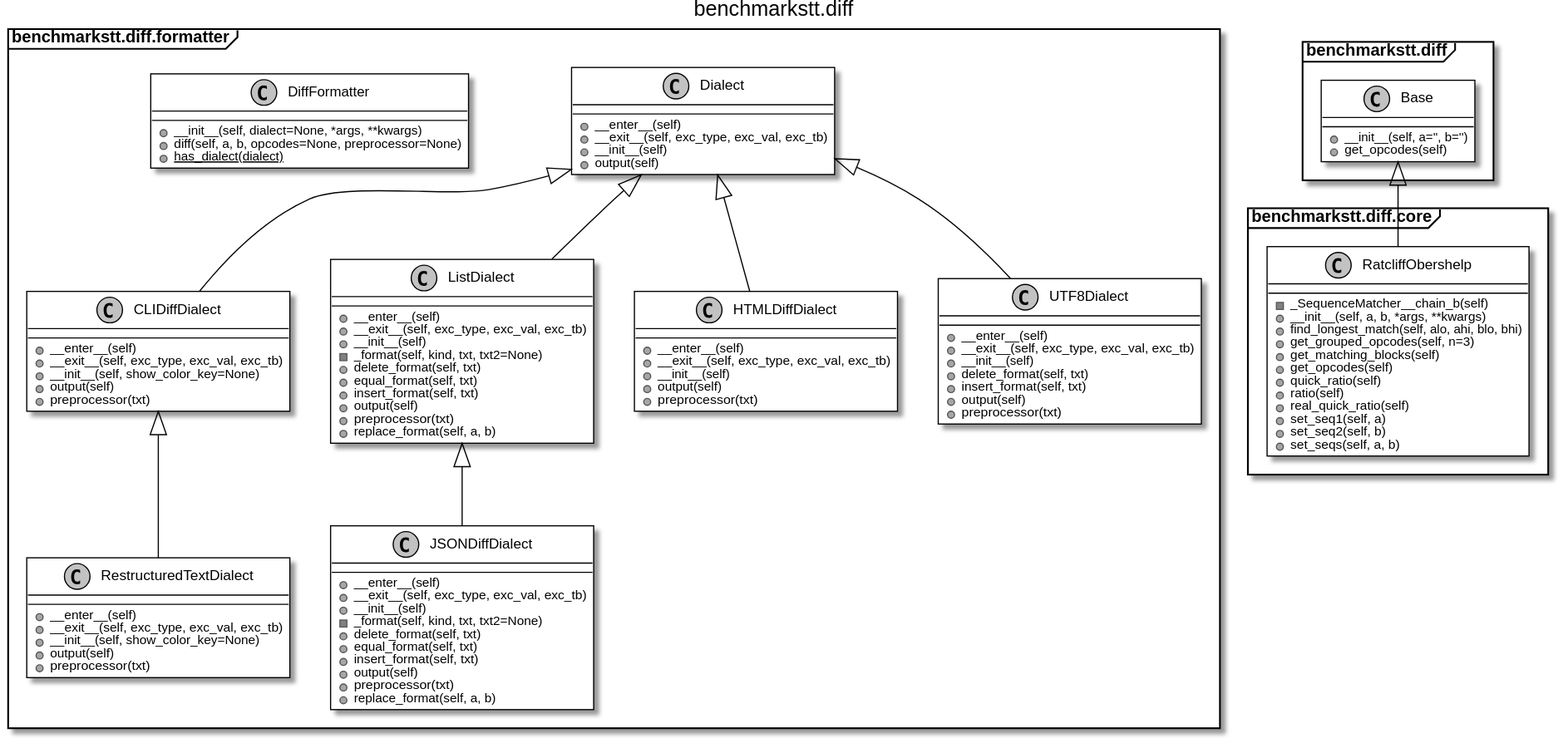
This is docs/_static/uml/benchmarkstt.diff.svg from ebu/benchmarkstt, a PlantUML export, as it was before one commit.
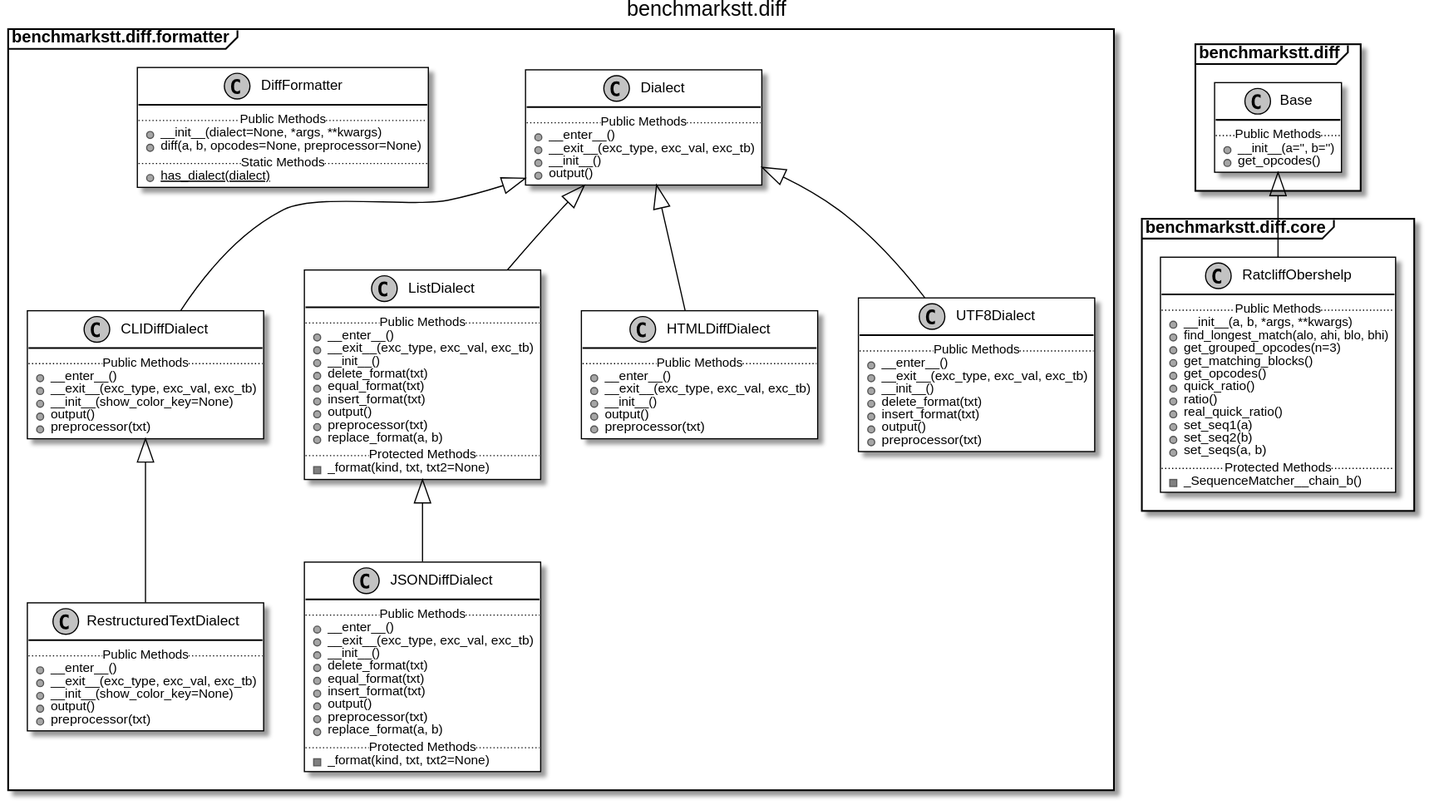
After the change.

Change to the diagram source:
```diff
@@ -7,72 +7,82 @@
 package benchmarkstt.diff.formatter {
 
 	class benchmarkstt.diff.formatter.CLIDiffDialect [[https://benchmarkstt.readthedocs.io/en/latest/modules/benchmarkstt.diff.formatter.html#benchmarkstt.diff.formatter.CLIDiffDialect]] {
-		+__enter__(self)
-		+__exit__(self, exc_type, exc_val, exc_tb)
-		+__init__(self, show_color_key=None)
-		+output(self)
+		.. Public Methods ..
+		+__enter__()
+		+__exit__(exc_type, exc_val, exc_tb)
+		+__init__(show_color_key=None)
+		+output()
 		+preprocessor(txt)
 	}
 
 
 	class benchmarkstt.diff.formatter.Dialect [[https://benchmarkstt.readthedocs.io/en/latest/modules/benchmarkstt.diff.formatter.html#benchmarkstt.diff.formatter.Dialect]] {
-		+__enter__(self)
-		+__exit__(self, exc_type, exc_val, exc_tb)
-		+__init__(self)
-		+output(self)
+		.. Public Methods ..
+		+__enter__()
+		+__exit__(exc_type, exc_val, exc_tb)
+		+__init__()
+		+output()
 	}
 
 
 	class benchmarkstt.diff.formatter.DiffFormatter [[https://benchmarkstt.readthedocs.io/en/latest/modules/benchmarkstt.diff.formatter.html#benchmarkstt.diff.formatter.DiffFormatter]] {
-		+__init__(self, dialect=None, *args, **kwargs)
-		+diff(self, a, b, opcodes=None, preprocessor=None)
+		.. Public Methods ..
+		+__init__(dialect=None, *args, **kwargs)
+		+diff(a, b, opcodes=None, preprocessor=None)
+		.. Static Methods ..
 		{static} +has_dialect(dialect)
 	}
 
 
 	class benchmarkstt.diff.formatter.HTMLDiffDialect [[https://benchmarkstt.readthedocs.io/en/latest/modules/benchmarkstt.diff.formatter.html#benchmarkstt.diff.formatter.HTMLDiffDialect]] {
-		+__enter__(self)
-		+__exit__(self, exc_type, exc_val, exc_tb)
-		+__init__(self)
-		+output(self)
+		.. Public Methods ..
+		+__enter__()
+		+__exit__(exc_type, exc_val, exc_tb)
+		+__init__()
+		+output()
 		+preprocessor(txt)
 	}
 
 
 	class benchmarkstt.diff.formatter.JSONDiffDialect [[https://benchmarkstt.readthedocs.io/en/latest/modules/benchmarkstt.diff.formatter.html#benchmarkstt.diff.formatter.JSONDiffDialect]] {
-		+__enter__(self)
-		+__exit__(self, exc_type, exc_val, exc_tb)
-		+__init__(self)
-		-_format(self, kind, txt, txt2=None)
-		+delete_format(self, txt)
-		+equal_format(self, txt)
-		+insert_format(self, txt)
-		+output(self)
+		.. Public Methods ..
+		+__enter__()
+		+__exit__(exc_type, exc_val, exc_tb)
+		+__init__()
+		+delete_format(txt)
+		+equal_format(txt)
+		+insert_format(txt)
+		+output()
 		+preprocessor(txt)
-		+replace_format(self, a, b)
+		+replace_format(a, b)
+		.. Protected Methods ..
+		-_format(kind, txt, txt2=None)
 	}
 
 
 	class benchmarkstt.diff.formatter.ListDialect [[https://benchmarkstt.readthedocs.io/en/latest/modules/benchmarkstt.diff.formatter.html#benchmarkstt.diff.formatter.ListDialect]] {
-		+__enter__(self)
-		+__exit__(self, exc_type, exc_val, exc_tb)
-		+__init__(self)
-		-_format(self, kind, txt, txt2=None)
-		+delete_format(self, txt)
-		+equal_format(self, txt)
-		+insert_format(self, txt)
-		+output(self)
+		.. Public Methods ..
+		+__enter__()
+		+__exit__(exc_type, exc_val, exc_tb)
+		+__init__()
+		+delete_format(txt)
+		+equal_format(txt)
+		+insert_format(txt)
+		+output()
 		+preprocessor(txt)
-		+replace_format(self, a, b)
+		+replace_format(a, b)
+		.. Protected Methods ..
+		-_format(kind, txt, txt2=None)
 	}
 
 
 
 	class benchmarkstt.diff.formatter.RestructuredTextDialect [[https://benchmarkstt.readthedocs.io/en/latest/modules/benchmarkstt.diff.formatter.html#benchmarkstt.diff.formatter.RestructuredTextDialect]] {
-		+__enter__(self)
-		+__exit__(self, exc_type, exc_val, exc_tb)
-		+__init__(self, show_color_key=None)
-		+output(self)
+		.. Public Methods ..
+		+__enter__()
+		+__exit__(exc_type, exc_val, exc_tb)
+		+__init__(show_color_key=None)
+		+output()
 		+preprocessor(txt)
 	}
 
@@ -80,12 +90,13 @@
 
 
 	class benchmarkstt.diff.formatter.UTF8Dialect [[https://benchmarkstt.readthedocs.io/en/latest/modules/benchmarkstt.diff.formatter.html#benchmarkstt.diff.formatter.UTF8Dialect]] {
-		+__enter__(self)
-		+__exit__(self, exc_type, exc_val, exc_tb)
-		+__init__(self)
-		+delete_format(self, txt)
-		+insert_format(self, txt)
-		+output(self)
+		.. Public Methods ..
+		+__enter__()
+		+__exit__(exc_type, exc_val, exc_tb)
+		+__init__()
+		+delete_format(txt)
+		+insert_format(txt)
+		+output()
 		+preprocessor(txt)
 	}
 
@@ -94,8 +105,9 @@
 package benchmarkstt.diff {
 
 	class benchmarkstt.diff.Base [[https://benchmarkstt.readthedocs.io/en/latest/modules/benchmarkstt.diff.html#benchmarkstt.diff.Base]] {
-		+__init__(self, a='', b='')
-		+get_opcodes(self)
+		.. Public Methods ..
+		+__init__(a='', b='')
+		+get_opcodes()
 	}
 
 
@@ -105,18 +117,20 @@
 
 
 	class benchmarkstt.diff.core.RatcliffObershelp [[https://benchmarkstt.readthedocs.io/en/latest/modules/benchmarkstt.diff.core.html#benchmarkstt.diff.core.RatcliffObershelp]] {
-		-_SequenceMatcher__chain_b(self)
-		+__init__(self, a, b, *args, **kwargs)
-		+find_longest_match(self, alo, ahi, blo, bhi)
-		+get_grouped_opcodes(self, n=3)
-		+get_matching_blocks(self)
-		+get_opcodes(self)
-		+quick_ratio(self)
-		+ratio(self)
-		+real_quick_ratio(self)
-		+set_seq1(self, a)
-		+set_seq2(self, b)
-		+set_seqs(self, a, b)
+		.. Public Methods ..
+		+__init__(a, b, *args, **kwargs)
+		+find_longest_match(alo, ahi, blo, bhi)
+		+get_grouped_opcodes(n=3)
+		+get_matching_blocks()
+		+get_opcodes()
+		+quick_ratio()
+		+ratio()
+		+real_quick_ratio()
+		+set_seq1(a)
+		+set_seq2(b)
+		+set_seqs(a, b)
+		.. Protected Methods ..
+		-_SequenceMatcher__chain_b()
 	}
 
 
```
